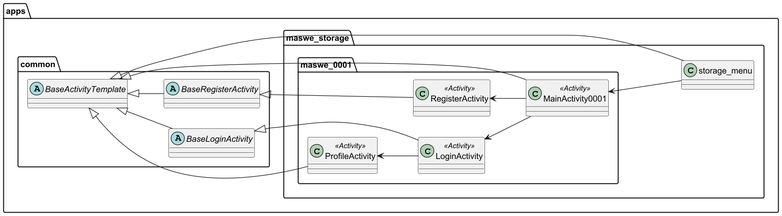
This is dev_documents/BA_Thesis_Kronig/figures/design/activity_templating_uml.png from domi-cmd/Reference_Application_for_OWASP_MASTG, a PlantUML export, as it was before one commit. Source of this version:
```plantuml
@startuml
left to right direction
skinparam classAttributeIconSize 0
skinparam dpi 300
skinparam linetype poly

package "apps"{
    package common {
        abstract class BaseActivityTemplate
        abstract class BaseLoginActivity
        abstract class BaseRegisterActivity
    }


    package maswe_storage{
        class storage_menu

        package maswe_0001{
            class MainActivity0001 <<Activity>>
            class RegisterActivity <<Activity>>
            class LoginActivity <<Activity>>
            class ProfileActivity <<Activity>>
        }
    }
}


MainActivity0001 <--- storage_menu
RegisterActivity <-- MainActivity0001
LoginActivity <-- MainActivity0001
ProfileActivity <-- LoginActivity


BaseActivityTemplate <|-- BaseRegisterActivity
BaseActivityTemplate <|-- BaseLoginActivity

BaseRegisterActivity <|-- RegisterActivity
BaseLoginActivity <|-- LoginActivity
BaseActivityTemplate <|---- storage_menu
BaseActivityTemplate <|----- MainActivity0001
BaseActivityTemplate <|--- ProfileActivity






@enduml
```
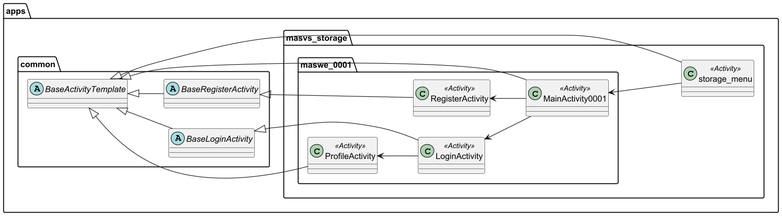
After the change.

What changed in the source:
```diff
@@ -12,8 +12,8 @@
     }
 
 
-    package maswe_storage{
-        class storage_menu
+    package masvs_storage{
+        class storage_menu <<Activity>>
 
         package maswe_0001{
             class MainActivity0001 <<Activity>>
@@ -40,9 +40,4 @@
 BaseActivityTemplate <|----- MainActivity0001
 BaseActivityTemplate <|--- ProfileActivity
 
-
-
-
-
-
 @enduml
```
